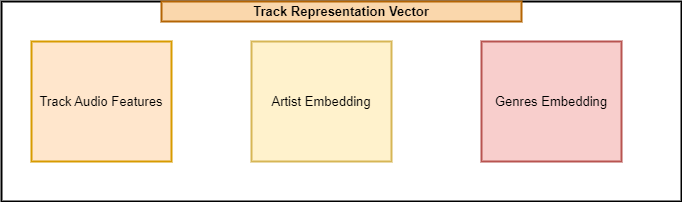
Earlier version of the draw.io export docs/track_representation_vector.png (taslanidis/Music-Recommender). Source tidied: cells renumbered, new cells last; positions are measured from the earlier drawing's top-left corner, leaving out a move shared by most shapes. Its diagram source:
```xml
<mxGraphModel>
  <root>
    <mxCell id="0" />
    <mxCell id="1" parent="0" />
    <mxCell id="2" style="rounded=0;whiteSpace=wrap;html=1;strokeWidth=2;fontSize=13;" parent="1" vertex="1">
      <mxGeometry width="680" height="200" as="geometry" />
    </mxCell>
    <mxCell id="3" value="Track Representation Vector" style="rounded=0;whiteSpace=wrap;html=1;strokeWidth=2;fontSize=13;fillColor=#fad7ac;strokeColor=#b46504;fontStyle=1;" parent="1" vertex="1">
      <mxGeometry x="160" width="360" height="20" as="geometry" />
    </mxCell>
    <mxCell id="4" value="Track Audio Features" style="rounded=0;whiteSpace=wrap;html=1;strokeWidth=2;fontSize=13;fillColor=#ffe6cc;strokeColor=#d79b00;" parent="1" vertex="1">
      <mxGeometry x="30" y="40" width="140" height="120" as="geometry" />
    </mxCell>
    <mxCell id="5" value="Artist Embedding" style="rounded=0;whiteSpace=wrap;html=1;strokeWidth=2;fontSize=13;fillColor=#fff2cc;strokeColor=#d6b656;" parent="1" vertex="1">
      <mxGeometry x="250" y="40" width="140" height="120" as="geometry" />
    </mxCell>
    <mxCell id="6" value="Genres Embedding" style="rounded=0;whiteSpace=wrap;html=1;strokeWidth=2;fontSize=13;fillColor=#f8cecc;strokeColor=#b85450;" parent="1" vertex="1">
      <mxGeometry x="480" y="40" width="140" height="120" as="geometry" />
    </mxCell>
  </root>
</mxGraphModel>
```
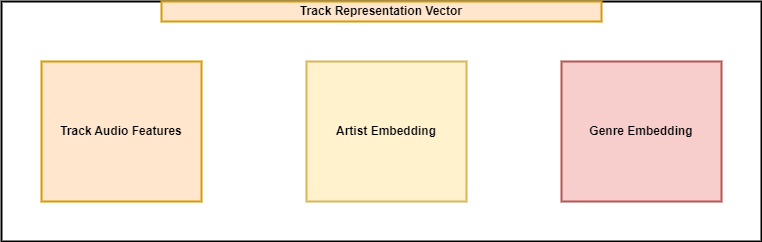
After the change.

Diff of the diagram source:
```diff
@@ -2,20 +2,20 @@
   <root>
     <mxCell id="0" />
     <mxCell id="1" parent="0" />
-    <mxCell id="2" style="rounded=0;whiteSpace=wrap;html=1;strokeWidth=2;fontSize=13;" parent="1" vertex="1">
-      <mxGeometry width="680" height="200" as="geometry" />
+    <mxCell id="2" style="rounded=0;whiteSpace=wrap;html=1;strokeWidth=2;" parent="1" vertex="1">
+      <mxGeometry x="-40" width="760" height="240" as="geometry" />
     </mxCell>
-    <mxCell id="3" value="Track Representation Vector" style="rounded=0;whiteSpace=wrap;html=1;strokeWidth=2;fontSize=13;fillColor=#fad7ac;strokeColor=#b46504;fontStyle=1;" parent="1" vertex="1">
-      <mxGeometry x="160" width="360" height="20" as="geometry" />
+    <mxCell id="3" value="Track Representation Vector" style="rounded=0;whiteSpace=wrap;html=1;fillColor=#ffe6cc;strokeColor=#d79b00;fontStyle=1;strokeWidth=2;" parent="1" vertex="1">
+      <mxGeometry x="120" width="440" height="20" as="geometry" />
     </mxCell>
-    <mxCell id="4" value="Track Audio Features" style="rounded=0;whiteSpace=wrap;html=1;strokeWidth=2;fontSize=13;fillColor=#ffe6cc;strokeColor=#d79b00;" parent="1" vertex="1">
-      <mxGeometry x="30" y="40" width="140" height="120" as="geometry" />
+    <mxCell id="4" value="Track Audio Features" style="rounded=0;whiteSpace=wrap;html=1;strokeWidth=2;fillColor=#ffe6cc;strokeColor=#d79b00;fontStyle=1;" parent="1" vertex="1">
+      <mxGeometry y="60" width="160" height="140" as="geometry" />
     </mxCell>
-    <mxCell id="5" value="Artist Embedding" style="rounded=0;whiteSpace=wrap;html=1;strokeWidth=2;fontSize=13;fillColor=#fff2cc;strokeColor=#d6b656;" parent="1" vertex="1">
-      <mxGeometry x="250" y="40" width="140" height="120" as="geometry" />
+    <mxCell id="5" value="Artist Embedding" style="rounded=0;whiteSpace=wrap;html=1;strokeWidth=2;fillColor=#fff2cc;strokeColor=#d6b656;fontStyle=1;" parent="1" vertex="1">
+      <mxGeometry x="265" y="60" width="160" height="140" as="geometry" />
     </mxCell>
-    <mxCell id="6" value="Genres Embedding" style="rounded=0;whiteSpace=wrap;html=1;strokeWidth=2;fontSize=13;fillColor=#f8cecc;strokeColor=#b85450;" parent="1" vertex="1">
-      <mxGeometry x="480" y="40" width="140" height="120" as="geometry" />
+    <mxCell id="6" value="Genre Embedding" style="rounded=0;whiteSpace=wrap;html=1;strokeWidth=2;fillColor=#f8cecc;strokeColor=#b85450;fontStyle=1;" parent="1" vertex="1">
+      <mxGeometry x="520" y="60" width="160" height="140" as="geometry" />
     </mxCell>
   </root>
 </mxGraphModel>
```
